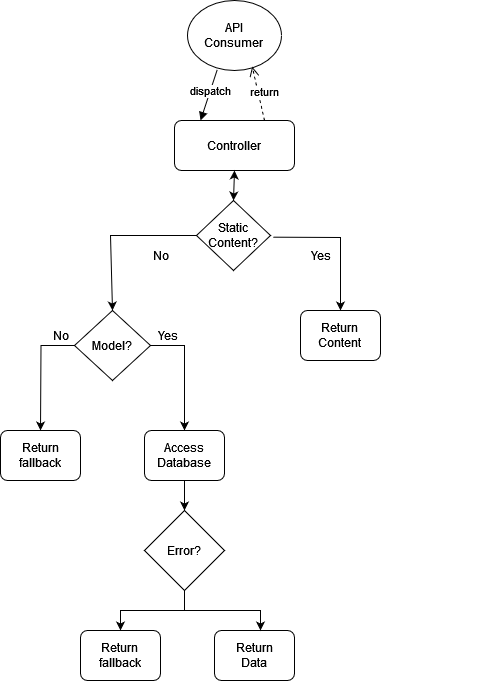
scar710813/Scaffold-golang-project keeps this draw.io diagram as docs/external/process-flowchart.png. Above is the earlier version. Source tidied: cells renumbered, new cells last; positions are measured from the earlier drawing's top-left corner, leaving out a move shared by most shapes.
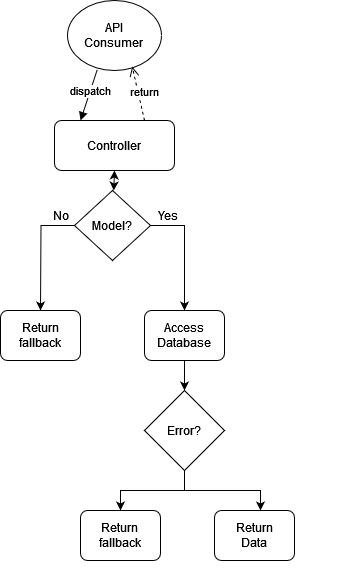
Later version of the same file.

Commit message:
updated image for API flowchart

What changed in the source:
```diff
@@ -3,10 +3,10 @@
     <mxCell id="0" />
     <mxCell id="1" parent="0" />
     <mxCell id="2" value="&lt;div&gt;API&lt;/div&gt;&lt;div&gt;Consumer&lt;br&gt;&lt;/div&gt;" style="strokeWidth=1;html=1;shape=mxgraph.flowchart.start_2;whiteSpace=wrap;" parent="1" vertex="1">
-      <mxGeometry x="187" width="94" height="70" as="geometry" />
+      <mxGeometry x="67" y="120" width="94" height="70" as="geometry" />
     </mxCell>
     <mxCell id="3" value="&lt;div&gt;Controller&lt;/div&gt;" style="rounded=1;whiteSpace=wrap;html=1;absoluteArcSize=1;arcSize=14;strokeWidth=1;" parent="1" vertex="1">
-      <mxGeometry x="174" y="120" width="120" height="50" as="geometry" />
+      <mxGeometry x="54" y="240" width="120" height="50" as="geometry" />
     </mxCell>
     <mxCell id="4" value="return" style="html=1;verticalAlign=bottom;endArrow=open;dashed=1;endSize=8;curved=0;rounded=0;entryX=0.688;entryY=0.945;entryDx=0;entryDy=0;entryPerimeter=0;exitX=0.75;exitY=0;exitDx=0;exitDy=0;" parent="1" edge="1" source="3" target="2">
       <mxGeometry x="-0.29" y="-4" relative="1" as="geometry" />
@@ -14,36 +14,9 @@
     <mxCell id="5" value="dispatch" style="html=1;verticalAlign=bottom;endArrow=block;curved=0;rounded=0;exitX=0.316;exitY=0.99;exitDx=0;exitDy=0;exitPerimeter=0;entryX=0.217;entryY=0;entryDx=0;entryDy=0;entryPerimeter=0;" parent="1" edge="1" source="2" target="3">
       <mxGeometry x="0.17" y="3" relative="1" as="geometry" />
     </mxCell>
-    <mxCell id="6" value="Static Content?" style="strokeWidth=1;html=1;shape=mxgraph.flowchart.decision;whiteSpace=wrap;" parent="1" vertex="1">
-      <mxGeometry x="196" y="200" width="74" height="70" as="geometry" />
-    </mxCell>
-    <mxCell id="7" style="endArrow=classic;html=1;rounded=0;exitX=1.036;exitY=0.524;exitDx=0;exitDy=0;exitPerimeter=0;" parent="1" edge="1" source="6">
-      <mxGeometry relative="1" as="geometry">
-        <mxPoint x="340" y="310" as="targetPoint" />
-        <Array as="points">
-          <mxPoint x="340" y="237" />
-        </Array>
-      </mxGeometry>
-    </mxCell>
-    <mxCell id="8" value="Yes" style="text;html=1;align=center;verticalAlign=middle;strokeColor=none;fillColor=none;" parent="1" vertex="1">
-      <mxGeometry x="300" y="240" width="40" height="30" as="geometry" />
-    </mxCell>
-    <mxCell id="9" style="endArrow=classic;html=1;rounded=0;entryX=0.5;entryY=0;entryDx=0;entryDy=0;entryPerimeter=0;exitX=0;exitY=0.5;exitDx=0;exitDy=0;exitPerimeter=0;" parent="1" edge="1" source="6" target="15">
-      <mxGeometry relative="1" as="geometry">
-        <Array as="points">
-          <mxPoint x="110" y="235" />
-        </Array>
-      </mxGeometry>
-    </mxCell>
-    <mxCell id="10" value="No" style="text;html=1;align=center;verticalAlign=middle;strokeColor=none;fillColor=none;" parent="1" vertex="1">
-      <mxGeometry x="140" y="240" width="40" height="30" as="geometry" />
-    </mxCell>
-    <mxCell id="11" style="endArrow=classic;startArrow=classic;html=1;rounded=0;exitX=0.5;exitY=0;exitDx=0;exitDy=0;exitPerimeter=0;entryX=0.5;entryY=1;entryDx=0;entryDy=0;" parent="1" edge="1" source="6" target="3">
+    <mxCell id="11" style="endArrow=classic;startArrow=classic;html=1;rounded=0;entryX=0.5;entryY=1;entryDx=0;entryDy=0;" parent="1" edge="1" source="15" target="3">
       <mxGeometry relative="1" as="geometry" />
     </mxCell>
-    <mxCell id="12" value="&lt;div&gt;Return&lt;/div&gt;&lt;div&gt;Content&lt;br&gt;&lt;/div&gt;" style="rounded=1;whiteSpace=wrap;html=1;absoluteArcSize=1;arcSize=14;strokeWidth=1;" parent="1" vertex="1">
-      <mxGeometry x="300" y="310" width="80" height="50" as="geometry" />
-    </mxCell>
     <mxCell id="13" style="edgeStyle=orthogonalEdgeStyle;rounded=0;jettySize=auto;html=1;" parent="1" edge="1" source="15">
       <mxGeometry relative="1" as="geometry">
         <mxPoint x="40" y="430" as="targetPoint" />
```
